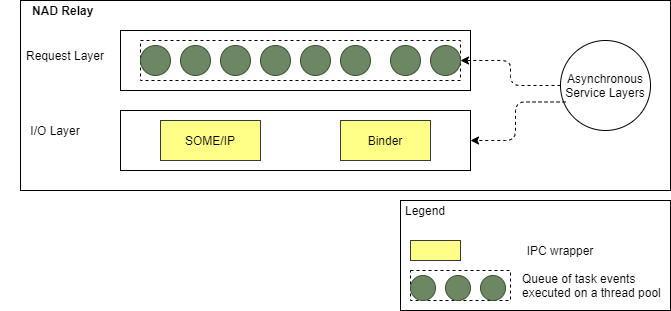
This is doc/SA cert/Design/figures/scalability/scalability-half_sync_nadrelay.png from taikt/codefun, a draw.io export, as it was before one commit. Source tidied: cells renumbered, new cells last; positions are measured from the earlier drawing's top-left corner, leaving out a move shared by most shapes.
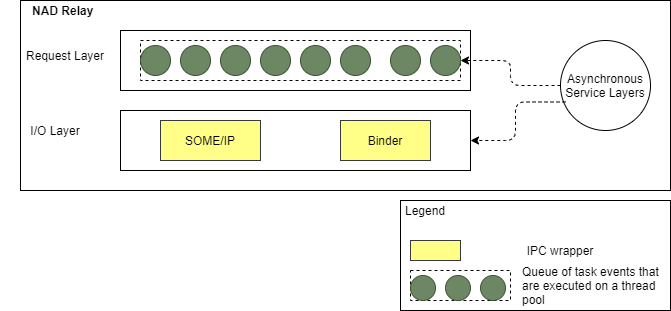
After the change.

Change to the diagram source:
```diff
@@ -86,7 +86,7 @@
     <mxCell id="29" style="ellipse;whiteSpace=wrap;html=1;fillColor=#6d8764;strokeColor=#3A5431;fontColor=#ffffff;" parent="1" vertex="1">
       <mxGeometry x="480" y="275" width="25" height="25" as="geometry" />
     </mxCell>
-    <mxCell id="30" value="Queue of task events executed on a thread pool" style="text;html=1;strokeColor=none;fillColor=none;align=left;verticalAlign=middle;whiteSpace=wrap;rounded=0;" parent="1" vertex="1">
+    <mxCell id="30" value="Queue of task events that are executed on a thread pool" style="text;html=1;strokeColor=none;fillColor=none;align=left;verticalAlign=middle;whiteSpace=wrap;rounded=0;" parent="1" vertex="1">
       <mxGeometry x="520" y="275" width="150" height="20" as="geometry" />
     </mxCell>
     <mxCell id="31" style="edgeStyle=orthogonalEdgeStyle;rounded=0;orthogonalLoop=1;jettySize=auto;html=1;exitX=0.5;exitY=1;exitDx=0;exitDy=0;" parent="1" edge="1" source="20" target="20">
```
